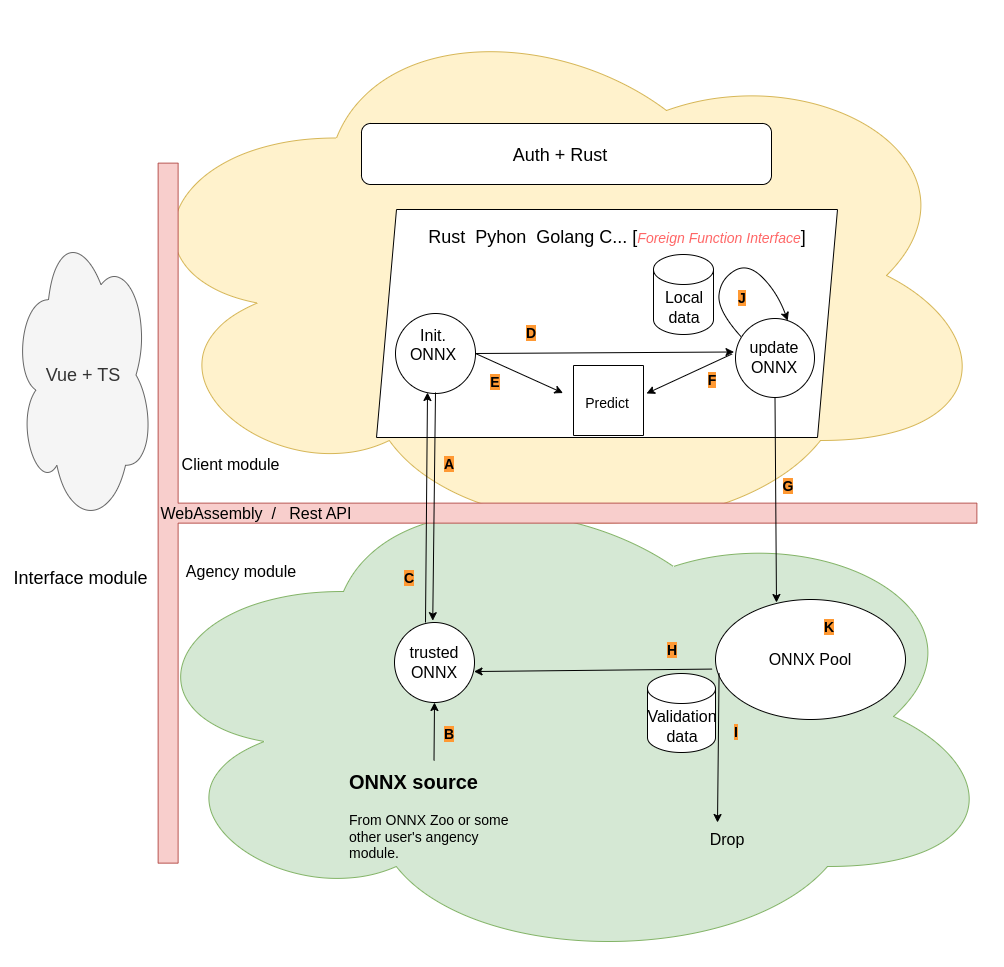
The draw.io diagram book/src/feder.png in scofild429/federust, before a commit. Source tidied: cells renumbered, new cells last; positions are measured from the earlier drawing's top-left corner, leaving out a move shared by most shapes. The source it was exported from:
```xml
<mxGraphModel>
  <root>
    <mxCell id="0" />
    <mxCell id="1" parent="0" />
    <mxCell id="2" style="ellipse;shape=cloud;whiteSpace=wrap;html=1;fillColor=#d5e8d4;strokeColor=#82b366;" parent="1" vertex="1">
      <mxGeometry x="123" y="466" width="880" height="500" as="geometry" />
    </mxCell>
    <mxCell id="3" style="ellipse;shape=cloud;whiteSpace=wrap;html=1;fillColor=#fff2cc;strokeColor=#d6b656;" parent="1" vertex="1">
      <mxGeometry x="116" width="880" height="550" as="geometry" />
    </mxCell>
    <mxCell id="4" style="rounded=1;whiteSpace=wrap;html=1;" parent="1" vertex="1">
      <mxGeometry x="361" y="123" width="410" height="61" as="geometry" />
    </mxCell>
    <mxCell id="5" value="&lt;font style=&quot;font-size: 18px;&quot;&gt;Auth + Rust&lt;/font&gt;" style="text;html=1;align=center;verticalAlign=middle;whiteSpace=wrap;rounded=0;" parent="1" vertex="1">
      <mxGeometry x="451" y="140" width="218" height="30" as="geometry" />
    </mxCell>
    <mxCell id="6" style="shape=parallelogram;perimeter=parallelogramPerimeter;whiteSpace=wrap;html=1;fixedSize=1;" parent="1" vertex="1">
      <mxGeometry x="376" y="209" width="461" height="228" as="geometry" />
    </mxCell>
    <mxCell id="7" style="ellipse;whiteSpace=wrap;html=1;" parent="1" vertex="1">
      <mxGeometry x="395" y="313" width="80" height="80" as="geometry" />
    </mxCell>
    <mxCell id="8" style="ellipse;whiteSpace=wrap;html=1;" parent="1" vertex="1">
      <mxGeometry x="735" y="318" width="79" height="79" as="geometry" />
    </mxCell>
    <mxCell id="9" style="shape=cylinder3;whiteSpace=wrap;html=1;boundedLbl=1;backgroundOutline=1;size=15;" parent="1" vertex="1">
      <mxGeometry x="653" y="254" width="60" height="80" as="geometry" />
    </mxCell>
    <mxCell id="10" value="&lt;font style=&quot;font-size: 16px;&quot;&gt;Local data&lt;/font&gt;" style="text;html=1;align=center;verticalAlign=middle;whiteSpace=wrap;rounded=0;" parent="1" vertex="1">
      <mxGeometry x="654" y="292" width="60" height="30" as="geometry" />
    </mxCell>
    <mxCell id="11" value="&lt;span style=&quot;font-size: 14px;&quot;&gt;Predict&lt;/span&gt;" style="text;html=1;align=center;verticalAlign=middle;whiteSpace=wrap;rounded=0;" parent="1" vertex="1">
      <mxGeometry x="577" y="388" width="60" height="30" as="geometry" />
    </mxCell>
    <mxCell id="12" style="swimlane;startSize=0;" parent="1" vertex="1">
      <mxGeometry x="573" y="365" width="70" height="70" as="geometry" />
    </mxCell>
    <mxCell id="13" style="endArrow=classic;html=1;rounded=0;exitX=1;exitY=0.5;exitDx=0;exitDy=0;entryX=-0.019;entryY=0.424;entryDx=0;entryDy=0;entryPerimeter=0;" parent="1" edge="1" source="7" target="8">
      <mxGeometry relative="1" as="geometry" />
    </mxCell>
    <mxCell id="14" style="endArrow=classic;html=1;rounded=0;exitX=1;exitY=0.5;exitDx=0;exitDy=0;entryX=-0.136;entryY=0.393;entryDx=0;entryDy=0;entryPerimeter=0;" parent="1" edge="1" source="7">
      <mxGeometry relative="1" as="geometry">
        <mxPoint x="562.5" y="392.5" as="targetPoint" />
      </mxGeometry>
    </mxCell>
    <mxCell id="15" style="endArrow=classic;html=1;rounded=0;exitX=-0.125;exitY=0.483;exitDx=0;exitDy=0;entryX=1.129;entryY=0.443;entryDx=0;entryDy=0;entryPerimeter=0;exitPerimeter=0;" parent="1" edge="1">
      <mxGeometry relative="1" as="geometry">
        <mxPoint x="731.5" y="353.5" as="sourcePoint" />
        <mxPoint x="646" y="393" as="targetPoint" />
      </mxGeometry>
    </mxCell>
    <mxCell id="16" value="&lt;font style=&quot;font-size: 16px;&quot;&gt;Init. ONNX&lt;/font&gt;&lt;div&gt;&lt;font style=&quot;font-size: 16px;&quot;&gt;&lt;br&gt;&lt;/font&gt;&lt;/div&gt;" style="text;html=1;align=center;verticalAlign=middle;whiteSpace=wrap;rounded=0;" parent="1" vertex="1">
      <mxGeometry x="403" y="339" width="60" height="30" as="geometry" />
    </mxCell>
    <mxCell id="17" value="&lt;font style=&quot;font-size: 16px;&quot;&gt;update&lt;/font&gt;&lt;div&gt;&lt;font style=&quot;font-size: 16px;&quot;&gt;ONNX&lt;/font&gt;&lt;/div&gt;" style="text;html=1;align=center;verticalAlign=middle;whiteSpace=wrap;rounded=0;" parent="1" vertex="1">
      <mxGeometry x="744" y="342" width="60" height="30" as="geometry" />
    </mxCell>
    <mxCell id="18" value="&lt;span style=&quot;font-size: 16px;&quot;&gt;trusted ONNX&lt;/span&gt;" style="ellipse;whiteSpace=wrap;html=1;" parent="1" vertex="1">
      <mxGeometry x="394" y="622" width="80" height="80" as="geometry" />
    </mxCell>
    <mxCell id="19" value="&lt;font style=&quot;font-size: 16px;&quot;&gt;ONNX Pool&lt;/font&gt;" style="ellipse;whiteSpace=wrap;html=1;" parent="1" vertex="1">
      <mxGeometry x="715" y="599" width="190" height="120" as="geometry" />
    </mxCell>
    <mxCell id="20" value="&lt;h1 style=&quot;margin-top: 0px;&quot;&gt;&lt;font style=&quot;font-size: 20px;&quot;&gt;ONNX source&lt;/font&gt;&lt;/h1&gt;&lt;p&gt;&lt;font style=&quot;font-size: 14px;&quot;&gt;From ONNX Zoo or some other user's angency module.&lt;/font&gt;&lt;/p&gt;" style="text;html=1;whiteSpace=wrap;overflow=hidden;rounded=0;" parent="1" vertex="1">
      <mxGeometry x="347" y="760" width="173" height="102" as="geometry" />
    </mxCell>
    <mxCell id="21" style="endArrow=classic;html=1;rounded=0;exitX=0.5;exitY=0;exitDx=0;exitDy=0;entryX=0.5;entryY=1;entryDx=0;entryDy=0;" parent="1" edge="1" source="20" target="18">
      <mxGeometry relative="1" as="geometry" />
    </mxCell>
    <mxCell id="22" style="endArrow=classic;html=1;rounded=0;entryX=0.994;entryY=0.613;entryDx=0;entryDy=0;entryPerimeter=0;exitX=0.95;exitY=-0.056;exitDx=0;exitDy=0;exitPerimeter=0;" parent="1" edge="1" source="25" target="18">
      <mxGeometry relative="1" as="geometry" />
    </mxCell>
    <mxCell id="23" value="&lt;font style=&quot;font-size: 16px;&quot;&gt;Client module&lt;/font&gt;" style="text;html=1;align=center;verticalAlign=middle;strokeColor=none;fillColor=none;fontStyle=0;" parent="1" vertex="1">
      <mxGeometry x="170" y="449" width="120" height="30" as="geometry" />
    </mxCell>
    <mxCell id="24" value="&lt;font style=&quot;font-size: 16px;&quot;&gt;Agency module&lt;/font&gt;" style="text;html=1;align=center;verticalAlign=middle;whiteSpace=wrap;rounded=0;" parent="1" vertex="1">
      <mxGeometry x="177" y="556" width="128" height="30" as="geometry" />
    </mxCell>
    <mxCell id="25" style="shape=cylinder3;whiteSpace=wrap;html=1;boundedLbl=1;backgroundOutline=1;size=15;" parent="1" vertex="1">
      <mxGeometry x="647" y="673" width="68" height="79" as="geometry" />
    </mxCell>
    <mxCell id="26" value="&lt;font style=&quot;font-size: 16px;&quot;&gt;Validation data&lt;/font&gt;" style="text;html=1;align=center;verticalAlign=middle;whiteSpace=wrap;rounded=0;" parent="1" vertex="1">
      <mxGeometry x="652" y="711" width="60" height="30" as="geometry" />
    </mxCell>
    <mxCell id="27" style="endArrow=classic;html=1;rounded=0;exitX=0.003;exitY=0.613;exitDx=0;exitDy=0;exitPerimeter=0;" parent="1" edge="1">
      <mxGeometry relative="1" as="geometry">
        <mxPoint x="718.6" y="672.6" as="sourcePoint" />
        <mxPoint x="717" y="822" as="targetPoint" />
      </mxGeometry>
    </mxCell>
    <mxCell id="28" value="&lt;font style=&quot;font-size: 16px;&quot;&gt;Drop&lt;/font&gt;" style="text;html=1;align=center;verticalAlign=middle;whiteSpace=wrap;rounded=0;" parent="1" vertex="1">
      <mxGeometry x="697" y="824" width="60" height="30" as="geometry" />
    </mxCell>
    <mxCell id="29" value="&lt;font style=&quot;font-size: 18px;&quot;&gt;Vue + TS&lt;/font&gt;" style="ellipse;shape=cloud;whiteSpace=wrap;html=1;fillColor=#f5f5f5;fontColor=#333333;strokeColor=#666666;" parent="1" vertex="1">
      <mxGeometry x="13" y="224" width="140" height="301" as="geometry" />
    </mxCell>
    <mxCell id="30" style="shape=tee;whiteSpace=wrap;html=1;rotation=-90;fillColor=#f8cecc;strokeColor=#b85450;" parent="1" vertex="1">
      <mxGeometry x="217" y="103.2" width="700" height="818.8" as="geometry" />
    </mxCell>
    <mxCell id="31" value="&lt;font style=&quot;font-size: 18px;&quot;&gt;Interface module&lt;/font&gt;" style="text;html=1;align=center;verticalAlign=middle;strokeColor=none;fillColor=none;" parent="1" vertex="1">
      <mxGeometry y="558" width="160" height="40" as="geometry" />
    </mxCell>
    <mxCell id="32" value="&lt;span style=&quot;font-size: 16px;&quot;&gt;WebAssembly&amp;nbsp; /&amp;nbsp; &amp;nbsp;Rest API&lt;/span&gt;" style="text;html=1;align=center;verticalAlign=middle;whiteSpace=wrap;rounded=0;" parent="1" vertex="1">
      <mxGeometry x="125" y="498" width="262" height="30" as="geometry" />
    </mxCell>
    <mxCell id="33" value="&lt;font style=&quot;font-size: 18px;&quot;&gt;Rust&amp;nbsp; Pyhon&amp;nbsp; Golang C... [&lt;/font&gt;&lt;i style=&quot;white-space-collapse: preserve; font-family: &amp;quot;pingfang SC&amp;quot;, &amp;quot;helvetica neue&amp;quot;, arial, &amp;quot;hiragino sans gb&amp;quot;, &amp;quot;microsoft yahei ui&amp;quot;, &amp;quot;microsoft yahei&amp;quot;, simsun, sans-serif; font-size: 14px; text-align: start;&quot;&gt;&lt;font color=&quot;#ff6666&quot;&gt;Foreign Function Interface&lt;/font&gt;&lt;/i&gt;&lt;span style=&quot;font-size: 18px;&quot;&gt;]&lt;/span&gt;" style="text;html=1;align=center;verticalAlign=middle;whiteSpace=wrap;rounded=0;" parent="1" vertex="1">
      <mxGeometry x="412" y="222" width="410" height="30" as="geometry" />
    </mxCell>
    <mxCell id="34" value="&lt;b&gt;&lt;font style=&quot;font-size: 14px; background-color: rgb(255, 153, 51);&quot;&gt;E&lt;/font&gt;&lt;/b&gt;" style="text;html=1;align=center;verticalAlign=middle;whiteSpace=wrap;rounded=0;" parent="1" vertex="1">
      <mxGeometry x="480" y="367" width="30" height="30" as="geometry" />
    </mxCell>
    <mxCell id="35" value="&lt;b&gt;&lt;font style=&quot;font-size: 14px; background-color: rgb(255, 153, 51);&quot;&gt;D&lt;/font&gt;&lt;/b&gt;" style="text;html=1;align=center;verticalAlign=middle;whiteSpace=wrap;rounded=0;" parent="1" vertex="1">
      <mxGeometry x="516" y="318" width="30" height="30" as="geometry" />
    </mxCell>
    <mxCell id="36" value="&lt;b&gt;&lt;font style=&quot;font-size: 14px; background-color: rgb(255, 153, 51);&quot;&gt;C&lt;/font&gt;&lt;/b&gt;" style="text;html=1;align=center;verticalAlign=middle;whiteSpace=wrap;rounded=0;" parent="1" vertex="1">
      <mxGeometry x="394" y="563" width="30" height="30" as="geometry" />
    </mxCell>
    <mxCell id="37" value="&lt;b&gt;&lt;font style=&quot;font-size: 14px; background-color: rgb(255, 153, 51);&quot;&gt;B&lt;/font&gt;&lt;/b&gt;" style="text;html=1;align=center;verticalAlign=middle;whiteSpace=wrap;rounded=0;" parent="1" vertex="1">
      <mxGeometry x="434" y="719" width="30" height="30" as="geometry" />
    </mxCell>
    <mxCell id="38" value="&lt;b&gt;&lt;font style=&quot;font-size: 14px; background-color: rgb(255, 153, 51);&quot;&gt;A&lt;/font&gt;&lt;/b&gt;" style="text;html=1;align=center;verticalAlign=middle;whiteSpace=wrap;rounded=0;" parent="1" vertex="1">
      <mxGeometry x="434" y="449" width="30" height="30" as="geometry" />
    </mxCell>
    <mxCell id="39" style="endArrow=classic;html=1;rounded=0;exitX=0.5;exitY=1;exitDx=0;exitDy=0;entryX=0.478;entryY=-0.023;entryDx=0;entryDy=0;entryPerimeter=0;" parent="1" edge="1" target="18">
      <mxGeometry relative="1" as="geometry">
        <mxPoint x="435" y="392" as="sourcePoint" />
      </mxGeometry>
    </mxCell>
    <mxCell id="40" style="endArrow=classic;html=1;rounded=0;exitX=0.5;exitY=0;exitDx=0;exitDy=0;" parent="1" edge="1">
      <mxGeometry relative="1" as="geometry">
        <mxPoint x="425" y="622" as="sourcePoint" />
        <mxPoint x="427" y="392" as="targetPoint" />
      </mxGeometry>
    </mxCell>
    <mxCell id="41" value="&lt;b&gt;&lt;font style=&quot;font-size: 14px; background-color: rgb(255, 153, 51);&quot;&gt;K&lt;/font&gt;&lt;/b&gt;" style="text;html=1;align=center;verticalAlign=middle;whiteSpace=wrap;rounded=0;" parent="1" vertex="1">
      <mxGeometry x="814" y="612" width="30" height="30" as="geometry" />
    </mxCell>
    <mxCell id="42" value="&lt;b&gt;&lt;font style=&quot;font-size: 14px; background-color: rgb(255, 153, 51);&quot;&gt;J&lt;/font&gt;&lt;/b&gt;" style="text;html=1;align=center;verticalAlign=middle;whiteSpace=wrap;rounded=0;" parent="1" vertex="1">
      <mxGeometry x="727" y="283" width="30" height="30" as="geometry" />
    </mxCell>
    <mxCell id="43" value="&lt;b&gt;&lt;font style=&quot;font-size: 14px; background-color: rgb(255, 153, 51);&quot;&gt;I&lt;/font&gt;&lt;/b&gt;" style="text;html=1;align=center;verticalAlign=middle;whiteSpace=wrap;rounded=0;" parent="1" vertex="1">
      <mxGeometry x="721" y="717" width="30" height="30" as="geometry" />
    </mxCell>
    <mxCell id="44" value="&lt;b&gt;&lt;font style=&quot;font-size: 14px; background-color: rgb(255, 153, 51);&quot;&gt;H&lt;/font&gt;&lt;/b&gt;" style="text;html=1;align=center;verticalAlign=middle;whiteSpace=wrap;rounded=0;" parent="1" vertex="1">
      <mxGeometry x="657" y="635" width="30" height="30" as="geometry" />
    </mxCell>
    <mxCell id="45" value="&lt;b&gt;&lt;font style=&quot;font-size: 14px; background-color: rgb(255, 153, 51);&quot;&gt;G&lt;/font&gt;&lt;/b&gt;" style="text;html=1;align=center;verticalAlign=middle;whiteSpace=wrap;rounded=0;" parent="1" vertex="1">
      <mxGeometry x="773" y="471" width="30" height="30" as="geometry" />
    </mxCell>
    <mxCell id="46" value="&lt;b&gt;&lt;font style=&quot;font-size: 14px; background-color: rgb(255, 153, 51);&quot;&gt;F&lt;/font&gt;&lt;/b&gt;" style="text;html=1;align=center;verticalAlign=middle;whiteSpace=wrap;rounded=0;" parent="1" vertex="1">
      <mxGeometry x="697" y="365" width="30" height="30" as="geometry" />
    </mxCell>
    <mxCell id="47" style="endArrow=classic;html=1;rounded=0;exitX=0.5;exitY=1;exitDx=0;exitDy=0;entryX=0.321;entryY=0.025;entryDx=0;entryDy=0;entryPerimeter=0;" parent="1" edge="1" source="8" target="19">
      <mxGeometry relative="1" as="geometry" />
    </mxCell>
    <mxCell id="48" style="curved=1;endArrow=classic;html=1;rounded=0;exitX=-0.062;exitY=-0.137;exitDx=0;exitDy=0;exitPerimeter=0;entryX=0.892;entryY=0.496;entryDx=0;entryDy=0;entryPerimeter=0;" parent="1" edge="1">
      <mxGeometry relative="1" as="geometry">
        <mxPoint x="740.3" y="335.9" as="sourcePoint" />
        <mxPoint x="787.2" y="320.1" as="targetPoint" />
        <Array as="points">
          <mxPoint x="717" y="310" />
          <mxPoint x="720" y="279" />
          <mxPoint x="747" y="262" />
          <mxPoint x="777" y="292" />
        </Array>
      </mxGeometry>
    </mxCell>
  </root>
</mxGraphModel>
```
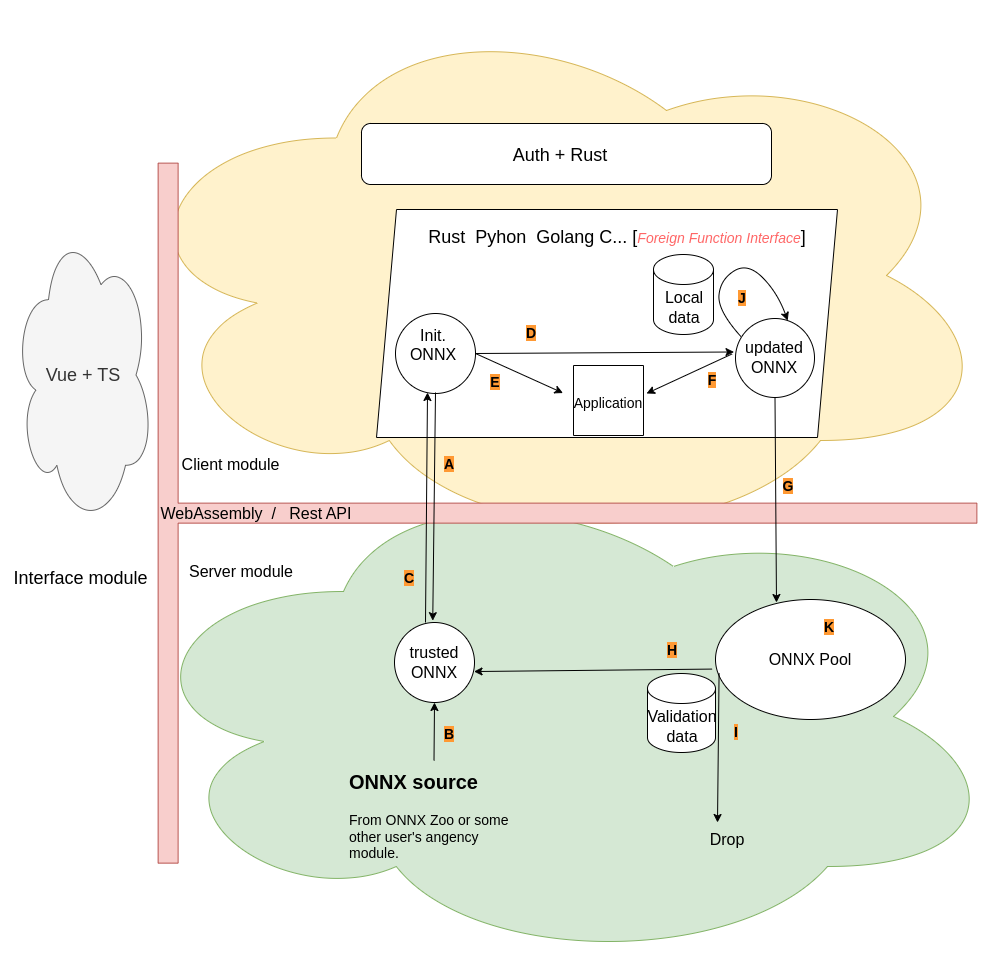
The same diagram one commit later.

Diff of the diagram source:
```diff
@@ -29,8 +29,8 @@
     <mxCell id="10" value="&lt;font style=&quot;font-size: 16px;&quot;&gt;Local data&lt;/font&gt;" style="text;html=1;align=center;verticalAlign=middle;whiteSpace=wrap;rounded=0;" parent="1" vertex="1">
       <mxGeometry x="654" y="292" width="60" height="30" as="geometry" />
     </mxCell>
-    <mxCell id="11" value="&lt;span style=&quot;font-size: 14px;&quot;&gt;Predict&lt;/span&gt;" style="text;html=1;align=center;verticalAlign=middle;whiteSpace=wrap;rounded=0;" parent="1" vertex="1">
-      <mxGeometry x="577" y="388" width="60" height="30" as="geometry" />
+    <mxCell id="11" value="&lt;span style=&quot;font-size: 14px;&quot;&gt;Application&lt;/span&gt;" style="text;html=1;align=center;verticalAlign=middle;whiteSpace=wrap;rounded=0;" parent="1" vertex="1">
+      <mxGeometry x="578" y="388" width="60" height="30" as="geometry" />
     </mxCell>
     <mxCell id="12" style="swimlane;startSize=0;" parent="1" vertex="1">
       <mxGeometry x="573" y="365" width="70" height="70" as="geometry" />
@@ -52,7 +52,7 @@
     <mxCell id="16" value="&lt;font style=&quot;font-size: 16px;&quot;&gt;Init. ONNX&lt;/font&gt;&lt;div&gt;&lt;font style=&quot;font-size: 16px;&quot;&gt;&lt;br&gt;&lt;/font&gt;&lt;/div&gt;" style="text;html=1;align=center;verticalAlign=middle;whiteSpace=wrap;rounded=0;" parent="1" vertex="1">
       <mxGeometry x="403" y="339" width="60" height="30" as="geometry" />
     </mxCell>
-    <mxCell id="17" value="&lt;font style=&quot;font-size: 16px;&quot;&gt;update&lt;/font&gt;&lt;div&gt;&lt;font style=&quot;font-size: 16px;&quot;&gt;ONNX&lt;/font&gt;&lt;/div&gt;" style="text;html=1;align=center;verticalAlign=middle;whiteSpace=wrap;rounded=0;" parent="1" vertex="1">
+    <mxCell id="17" value="&lt;font style=&quot;font-size: 16px;&quot;&gt;updated&lt;/font&gt;&lt;div&gt;&lt;font style=&quot;font-size: 16px;&quot;&gt;ONNX&lt;/font&gt;&lt;/div&gt;" style="text;html=1;align=center;verticalAlign=middle;whiteSpace=wrap;rounded=0;" parent="1" vertex="1">
       <mxGeometry x="744" y="342" width="60" height="30" as="geometry" />
     </mxCell>
     <mxCell id="18" value="&lt;span style=&quot;font-size: 16px;&quot;&gt;trusted ONNX&lt;/span&gt;" style="ellipse;whiteSpace=wrap;html=1;" parent="1" vertex="1">
@@ -73,7 +73,7 @@
     <mxCell id="23" value="&lt;font style=&quot;font-size: 16px;&quot;&gt;Client module&lt;/font&gt;" style="text;html=1;align=center;verticalAlign=middle;strokeColor=none;fillColor=none;fontStyle=0;" parent="1" vertex="1">
       <mxGeometry x="170" y="449" width="120" height="30" as="geometry" />
     </mxCell>
-    <mxCell id="24" value="&lt;font style=&quot;font-size: 16px;&quot;&gt;Agency module&lt;/font&gt;" style="text;html=1;align=center;verticalAlign=middle;whiteSpace=wrap;rounded=0;" parent="1" vertex="1">
+    <mxCell id="24" value="&lt;font style=&quot;font-size: 16px;&quot;&gt;Server module&lt;/font&gt;" style="text;html=1;align=center;verticalAlign=middle;whiteSpace=wrap;rounded=0;" parent="1" vertex="1">
       <mxGeometry x="177" y="556" width="128" height="30" as="geometry" />
     </mxCell>
     <mxCell id="25" style="shape=cylinder3;whiteSpace=wrap;html=1;boundedLbl=1;backgroundOutline=1;size=15;" parent="1" vertex="1">
```
